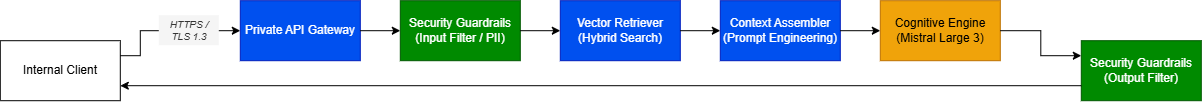
Before: images/05_02_building_block_view.drawio.png, a diagram exported from draw.io (TanguyCarpaye/secure-rag). Source tidied: cells renumbered, new cells last; positions are measured from the earlier drawing's top-left corner, leaving out a move shared by most shapes.
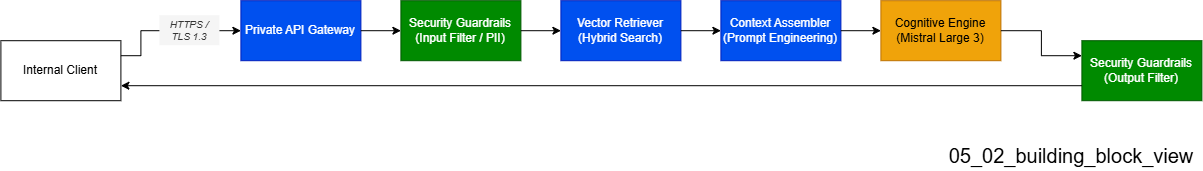
After the change.

Commit message:
Mettre à jour 05_02_building_block_view.drawio.png

What changed in the source:
```diff
@@ -52,5 +52,8 @@
     <mxCell id="16" value="HTTPS / TLS 1.3" style="text;html=1;whiteSpace=wrap;strokeColor=none;fillColor=#f5f5f5;align=center;verticalAlign=middle;rounded=0;fontColor=#333333;fontStyle=2;fontSize=10;" parent="1" vertex="1">
       <mxGeometry x="159" y="15" width="60" height="30" as="geometry" />
     </mxCell>
+    <mxCell id="17" value="05_02_building_block_view" style="text;html=1;whiteSpace=wrap;strokeColor=none;fillColor=none;align=center;verticalAlign=middle;rounded=0;fontSize=20;" parent="1" vertex="1">
+      <mxGeometry x="941" y="140" width="260" height="30" as="geometry" />
+    </mxCell>
   </root>
 </mxGraphModel>
```
